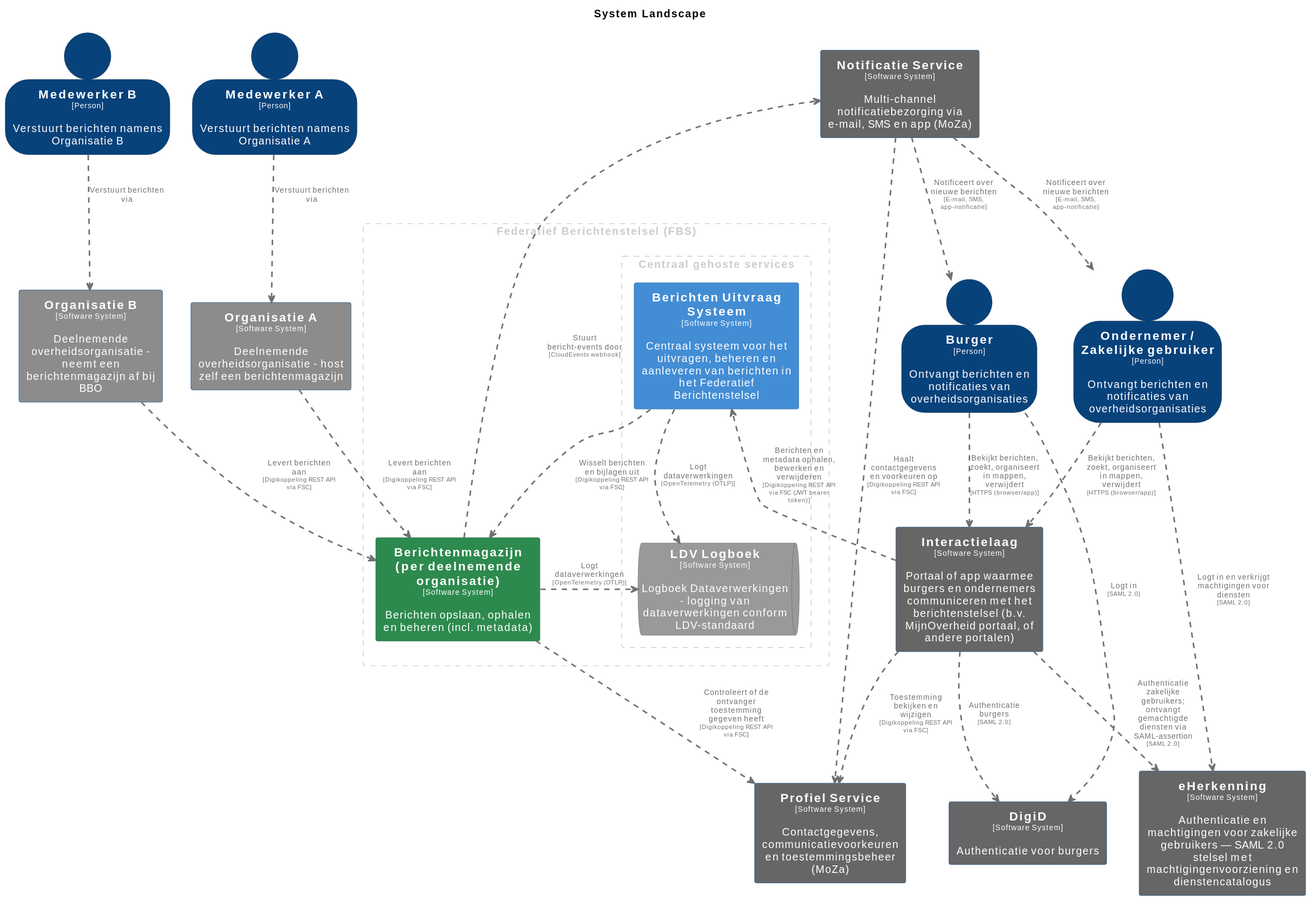
MinBZK/moza-poc-fbs-berichtenbox keeps this PlantUML diagram as pr-preview/pr-22/master/svg/SystemLandscape.svg. Above is the earlier version. Its source is kept beside it as pr-preview/pr-22/master/puml/SystemLandscape.puml.
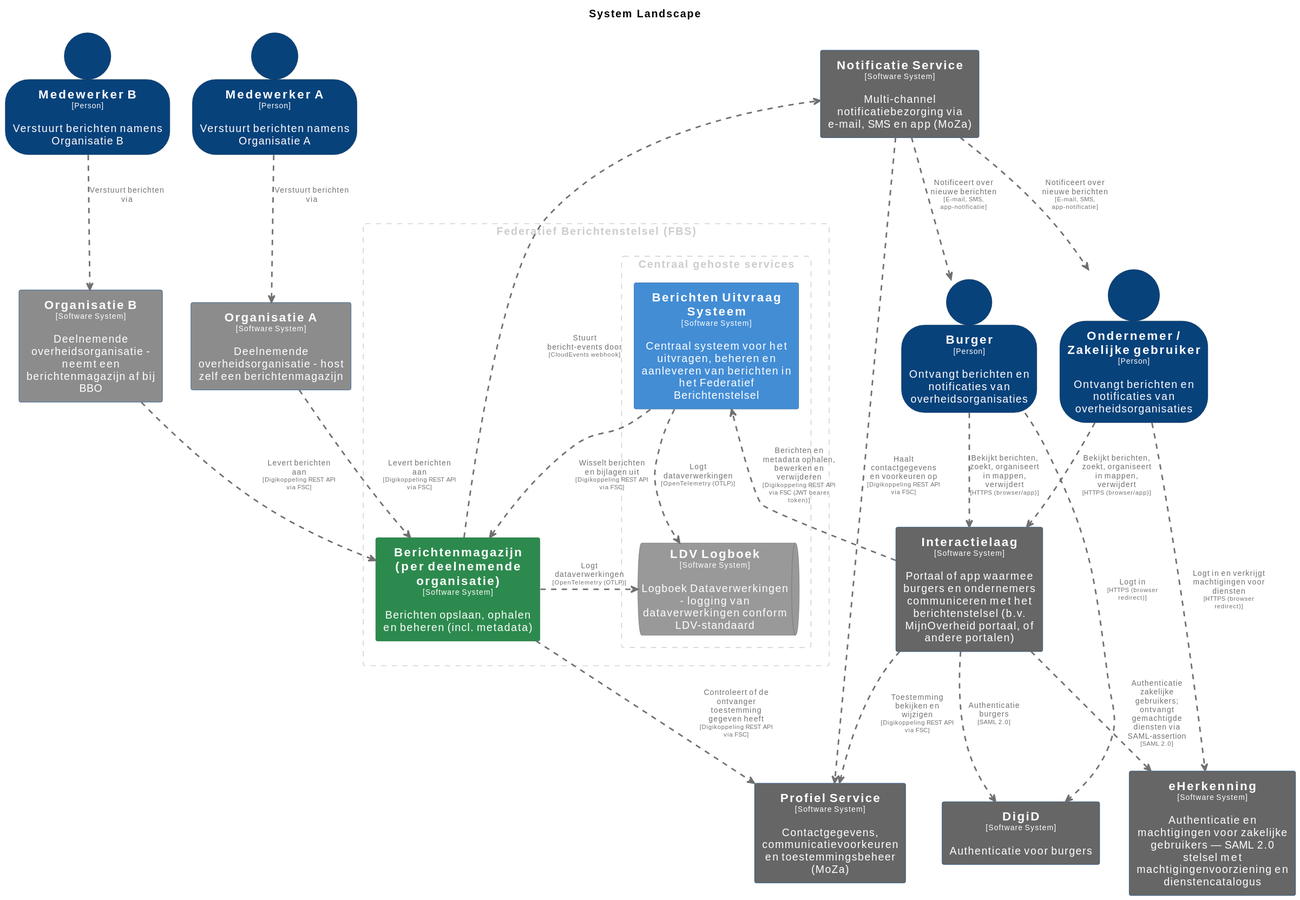
After the change.

The edit, as a diff of the source:
```diff
@@ -135,9 +135,9 @@
 MedewerkerA .[#707070,thickness=2].> OrganisatieA : "<color:#707070>Verstuurt berichten via"
 MedewerkerB .[#707070,thickness=2].> OrganisatieB : "<color:#707070>Verstuurt berichten via"
 Burger .[#707070,thickness=2].> Interactielaag : "<color:#707070>Bekijkt berichten, zoekt, organiseert in mappen, verwijdert\n<color:#707070><size:8>[HTTPS (browser/app)]</size>"
-Burger .[#707070,thickness=2].> DigiD : "<color:#707070>Logt in\n<color:#707070><size:8>[SAML 2.0]</size>"
+Burger .[#707070,thickness=2].> DigiD : "<color:#707070>Logt in\n<color:#707070><size:8>[HTTPS (browser redirect)]</size>"
 OndernemerZakelijkegebruiker .[#707070,thickness=2].> Interactielaag : "<color:#707070>Bekijkt berichten, zoekt, organiseert in mappen, verwijdert\n<color:#707070><size:8>[HTTPS (browser/app)]</size>"
-OndernemerZakelijkegebruiker .[#707070,thickness=2].> eHerkenning : "<color:#707070>Logt in en verkrijgt machtigingen voor diensten\n<color:#707070><size:8>[SAML 2.0]</size>"
+OndernemerZakelijkegebruiker .[#707070,thickness=2].> eHerkenning : "<color:#707070>Logt in en verkrijgt machtigingen voor diensten\n<color:#707070><size:8>[HTTPS (browser redirect)]</size>"
 NotificatieService .[#707070,thickness=2].> Burger : "<color:#707070>Notificeert over nieuwe berichten\n<color:#707070><size:8>[E-mail, SMS, app-notificatie]</size>"
 NotificatieService .[#707070,thickness=2].> OndernemerZakelijkegebruiker : "<color:#707070>Notificeert over nieuwe berichten\n<color:#707070><size:8>[E-mail, SMS, app-notificatie]</size>"
 Interactielaag .[#707070,thickness=2].> BerichtenUitvraagSysteem : "<color:#707070>Berichten en metadata ophalen, bewerken en verwijderen\n<color:#707070><size:8>[Digikoppeling REST API via FSC (JWT bearer token)]</size>"
```
